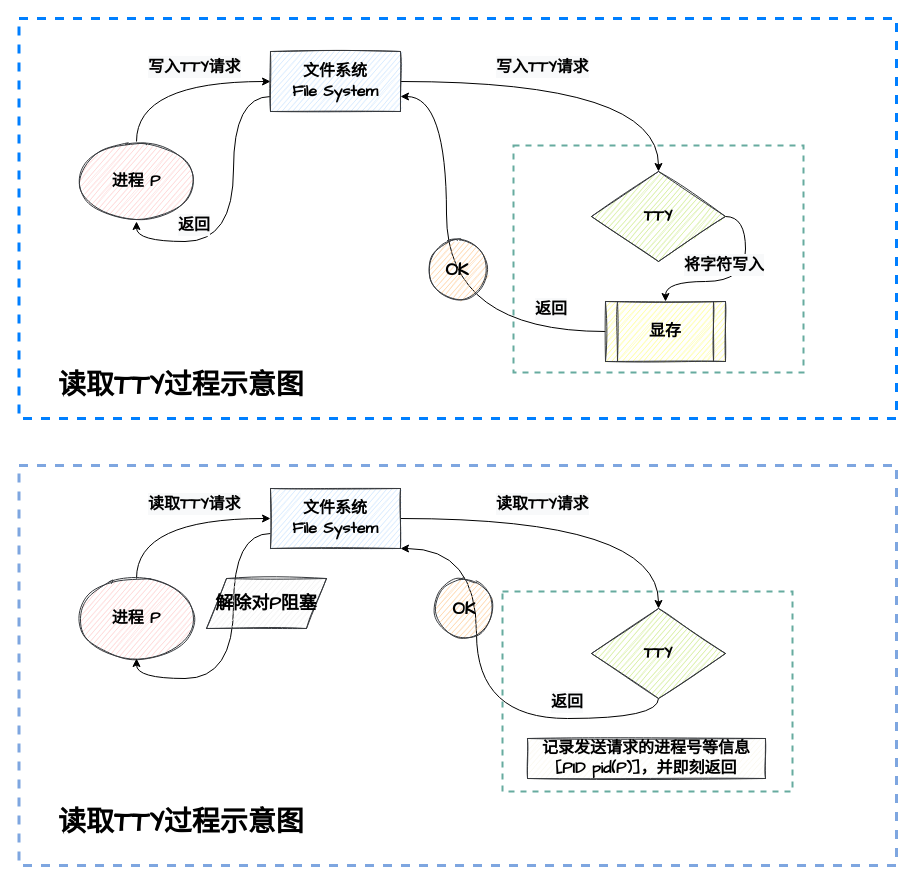
Before: Untitled Diagram.drawio in PHOSPHENES8/academicpages.github.io, a draw.io diagram. Source tidied: cells renumbered, new cells numbered last; positions are measured from the earlier drawing's top-left corner, leaving out a move shared by most shapes. Both pictures are drawn from the tidied source at 100%, with x=0, y=0 at pixel (18, 18).
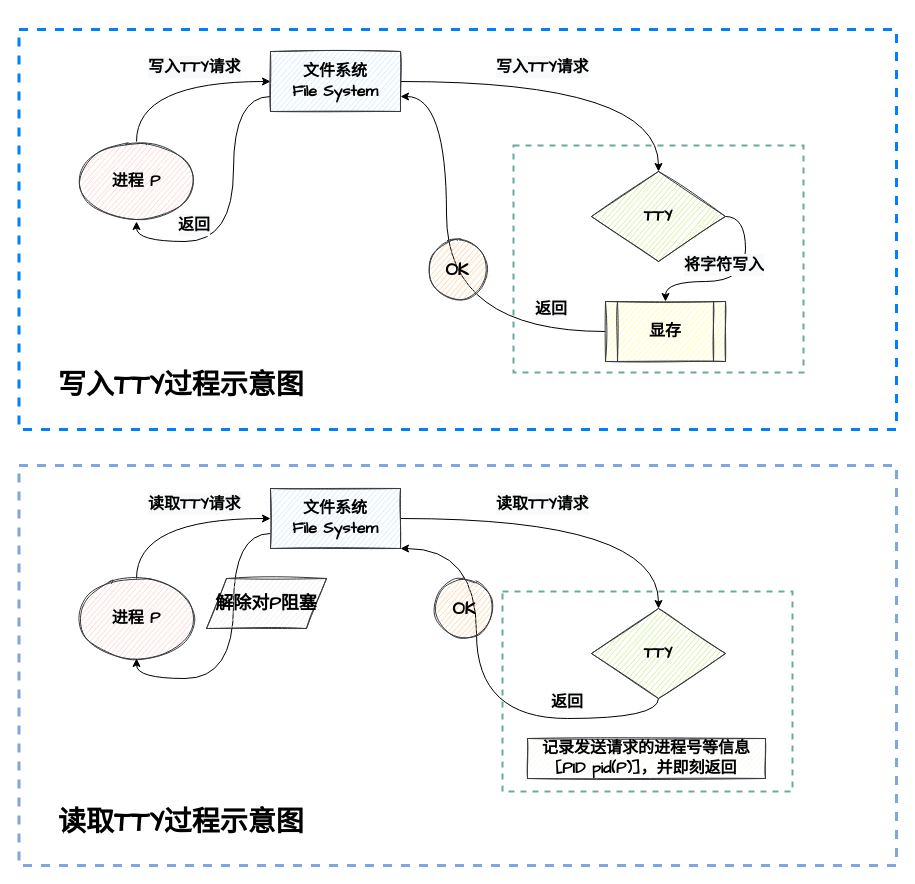
The same diagram, later.

The edit, as a diff of the source:
```diff
@@
     <mxCell id="2" style="rounded=0;whiteSpace=wrap;html=1;shadow=0;glass=0;sketch=0;strokeWidth=3;fillColor=none;gradientColor=none;dashed=1;strokeColor=#007FFF;" parent="1" vertex="1">
-      <mxGeometry x="0.5" width="877.5" height="400" as="geometry" />
+      <mxGeometry x="0.5" y="11" width="877.5" height="400" as="geometry" />
     </mxCell>
@@
-    <mxCell id="14" value="&lt;div style=&quot;text-align: center&quot;&gt;&lt;span style=&quot;font-size: 28px&quot;&gt;&lt;font face=&quot;comic sans ms&quot;&gt;&lt;b&gt;读取TTY过程示意图&lt;/b&gt;&lt;/font&gt;&lt;/span&gt;&lt;/div&gt;" style="text;whiteSpace=wrap;html=1;" parent="1" vertex="1">
+    <mxCell id="14" value="&lt;div style=&quot;text-align: center&quot;&gt;&lt;span style=&quot;font-size: 28px&quot;&gt;&lt;font face=&quot;comic sans ms&quot;&gt;&lt;b&gt;写入TTY过程示意图&lt;/b&gt;&lt;/font&gt;&lt;/span&gt;&lt;/div&gt;" style="text;whiteSpace=wrap;html=1;" parent="1" vertex="1">
       <mxGeometry x="38" y="343" width="270" height="30" as="geometry" />
     </mxCell>
```
